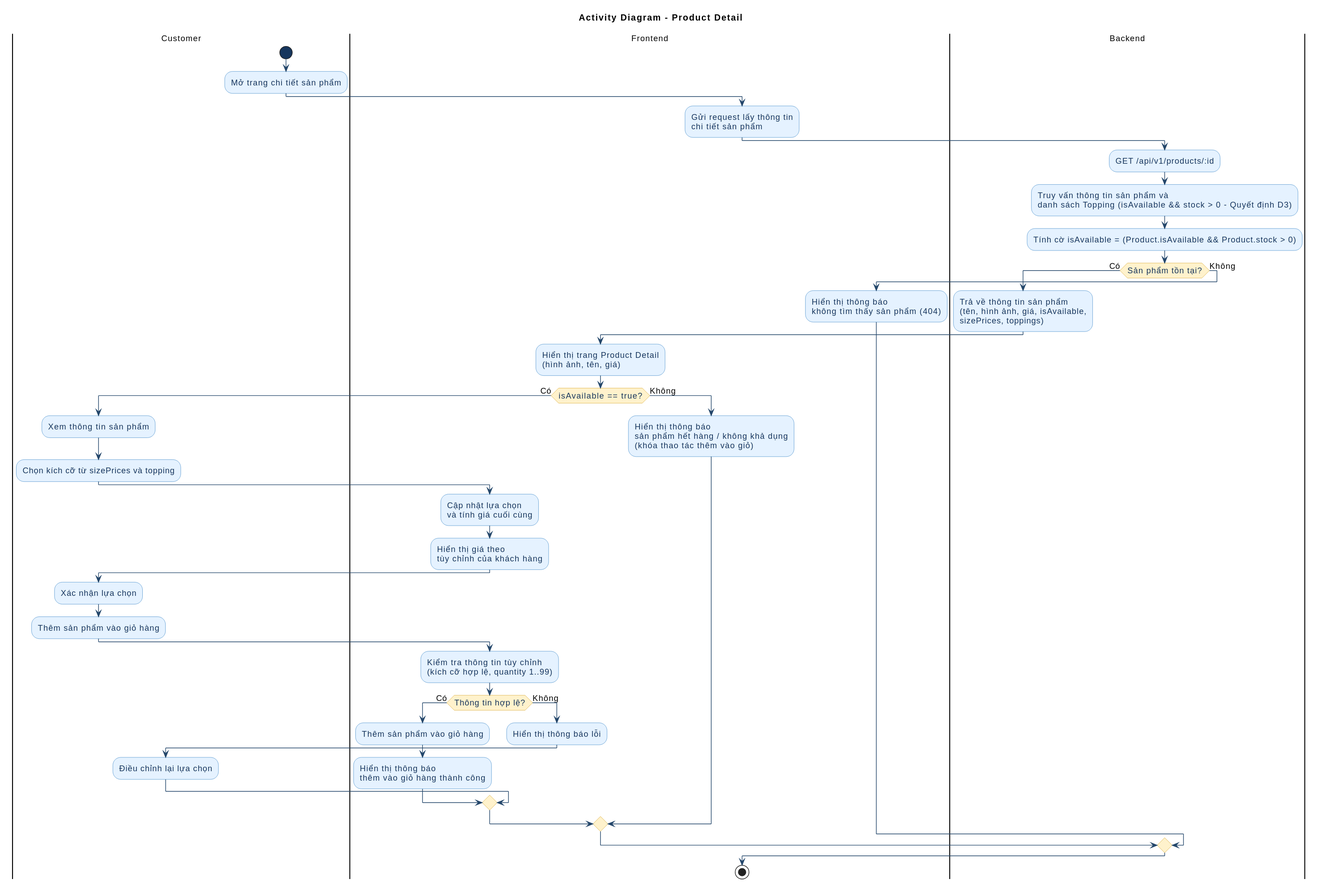
The PlantUML diagram report/figures/activity-product-detail.svg in ChienPM-27/BrewLite_02, before a commit.
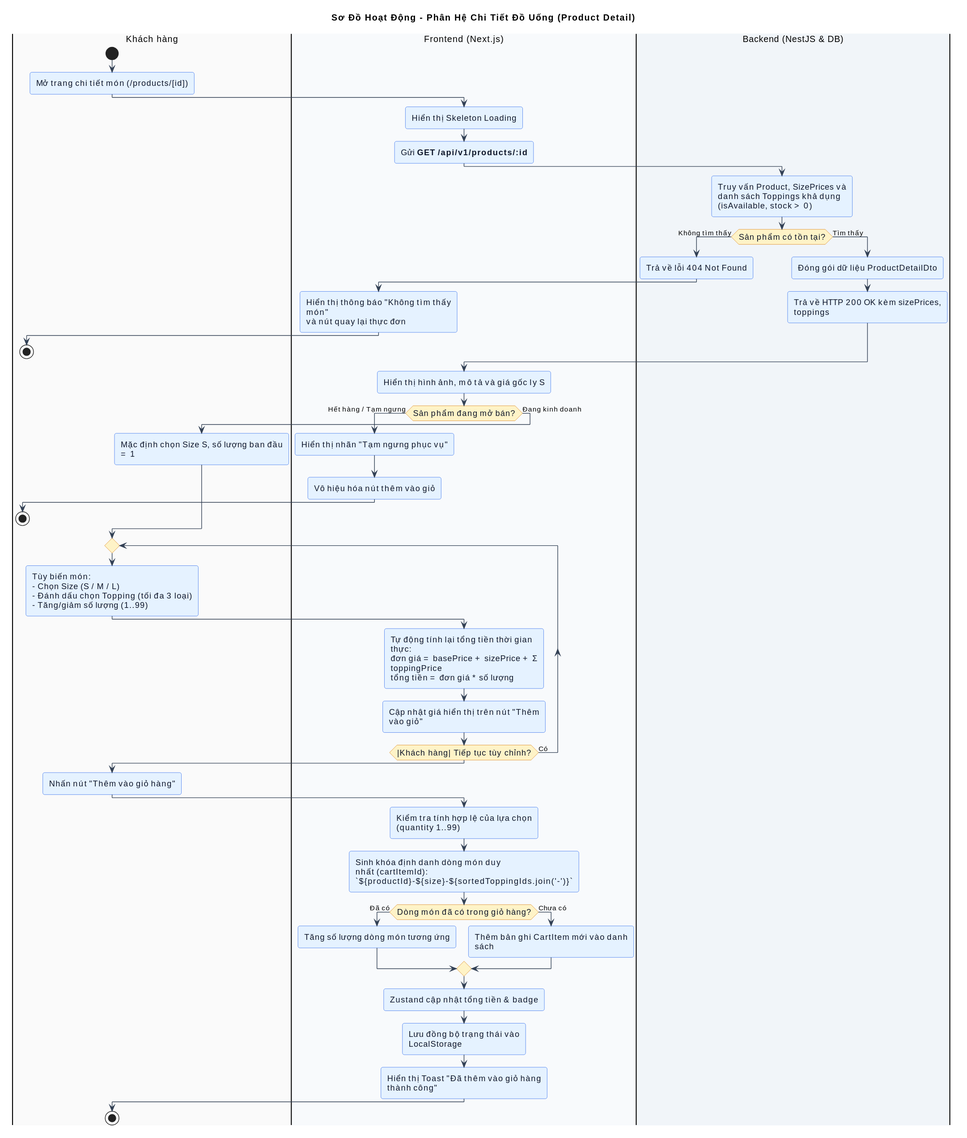
Later version of the same file.

What changed in the source:
```diff
@@ -1,87 +1,92 @@
 @startuml
-title Activity Diagram - Product Detail
+title Sơ Đồ Hoạt Động - Phân Hệ Chi Tiết Đồ Uống (Product Detail)
 
-skinparam backgroundColor white
+skinparam defaultFontName Arial
 skinparam shadowing false
-skinparam defaultFontName Arial
-skinparam defaultFontSize 13
-skinparam ArrowColor #24476B
+skinparam roundcorner 6
+
+skinparam nodesep 12
+skinparam ranksep 14
+skinparam defaultFontSize 14
+skinparam activityFontSize 13
+skinparam arrowFontSize 11
+skinparam activityPadding 8
+skinparam wrapWidth 260
 
 skinparam activity {
     BackgroundColor #E5F2FF
-    BorderColor #3984C6
-    FontColor #17365D
-    DiamondBackgroundColor #FFF2CC
-    DiamondBorderColor #D6A323
-    StartColor #17365D
-    EndColor #17365D
-    BarColor #3984C6
+    BorderColor #2563EB
+    FontColor #0F172A
+    DiamondBackgroundColor #FEF3C7
+    DiamondBorderColor #D97706
+    DiamondFontColor #0F172A
 }
+skinparam ArrowColor #334155
 
-|Customer|
+|#FAFAFA|Khách hàng|
+|#F8FAFC|Frontend (Next.js)|
+|#F1F5F9|Backend (NestJS & DB)|
+
+|Khách hàng|
 start
-:Mở trang chi tiết sản phẩm;
+:Mở trang chi tiết món (/products/[id]);
 
-|Frontend|
-:Gửi request lấy thông tin
-chi tiết sản phẩm;
+|Frontend (Next.js)|
+:Hiển thị Skeleton Loading;
+:Gửi **GET /api/v1/products/:id**;
 
-|Backend|
-:GET /api/v1/products/:id;
-:Truy vấn thông tin sản phẩm và
-danh sách Topping (isAvailable && stock > 0 - Quyết định D3);
-:Tính cờ isAvailable = (Product.isAvailable && Product.stock > 0);
+|Backend (NestJS & DB)|
+:Truy vấn Product, SizePrices và\ndanh sách Toppings khả dụng (isAvailable, stock > 0);
 
-if (Sản phẩm tồn tại?) then (Có)
-    :Trả về thông tin sản phẩm
-    (tên, hình ảnh, giá, isAvailable,
-    sizePrices, toppings);
-
-    |Frontend|
-    :Hiển thị trang Product Detail
-    (hình ảnh, tên, giá);
-
-    if (isAvailable == true?) then (Có)
-        |Customer|
-        :Xem thông tin sản phẩm;
-        :Chọn kích cỡ từ sizePrices và topping;
-
-        |Frontend|
-        :Cập nhật lựa chọn
-        và tính giá cuối cùng;
-        :Hiển thị giá theo
-        tùy chỉnh của khách hàng;
-
-        |Customer|
-        :Xác nhận lựa chọn;
-        :Thêm sản phẩm vào giỏ hàng;
-
-        |Frontend|
-        :Kiểm tra thông tin tùy chỉnh
-        (kích cỡ hợp lệ, quantity 1..99);
-
-        if (Thông tin hợp lệ?) then (Có)
-            :Thêm sản phẩm vào giỏ hàng;
-            :Hiển thị thông báo
-            thêm vào giỏ hàng thành công;
-        else (Không)
-            :Hiển thị thông báo lỗi;
-            |Customer|
-            :Điều chỉnh lại lựa chọn;
-        endif
-
-    else (Không)
-        |Frontend|
-        :Hiển thị thông báo
-        sản phẩm hết hàng / không khả dụng
-        (khóa thao tác thêm vào giỏ);
-    endif
-
-else (Không)
-    |Frontend|
-    :Hiển thị thông báo
-    không tìm thấy sản phẩm (404);
+if (Sản phẩm có tồn tại?) then (Không tìm thấy)
+    :Trả về lỗi 404 Not Found;
+    |Frontend (Next.js)|
+    :Hiển thị thông báo "Không tìm thấy món"\nvà nút quay lại thực đơn;
+    |Khách hàng|
+    stop
+else (Tìm thấy)
+    |Backend (NestJS & DB)|
+    :Đóng gói dữ liệu ProductDetailDto;
+    :Trả về HTTP 200 OK kèm sizePrices, toppings;
 endif
 
+|Frontend (Next.js)|
+:Hiển thị hình ảnh, mô tả và giá gốc ly S;
+
+if (Sản phẩm đang mở bán?) then (Hết hàng / Tạm ngưng)
+    :Hiển thị nhãn "Tạm ngưng phục vụ";
+    :Vô hiệu hóa nút thêm vào giỏ;
+    |Khách hàng|
+    stop
+else (Đang kinh doanh)
+    :Mặc định chọn Size S, số lượng ban đầu = 1;
+endif
+
+|Khách hàng|
+repeat
+    :Tùy biến món:\n- Chọn Size (S / M / L)\n- Đánh dấu chọn Topping (tối đa 3 loại)\n- Tăng/giảm số lượng (1..99);
+    |Frontend (Next.js)|
+    :Tự động tính lại tổng tiền thời gian thực:\nđơn giá = basePrice + sizePrice + Σ toppingPrice\ntổng tiền = đơn giá * số lượng;
+    :Cập nhật giá hiển thị trên nút "Thêm vào giỏ";
+repeat while (|Khách hàng| Tiếp tục tùy chỉnh?) is (Có)
+
+|Khách hàng|
+:Nhấn nút "Thêm vào giỏ hàng";
+
+|Frontend (Next.js)|
+:Kiểm tra tính hợp lệ của lựa chọn (quantity 1..99);
+:Sinh khóa định danh dòng món duy nhất (cartItemId):\n`${productId}-${size}-${sortedToppingIds.join('-')}`;
+
+if (Dòng món đã có trong giỏ hàng?) then (Đã có)
+    :Tăng số lượng dòng món tương ứng;
+else (Chưa có)
+    :Thêm bản ghi CartItem mới vào danh sách;
+endif
+
+:Zustand cập nhật tổng tiền & badge;
+:Lưu đồng bộ trạng thái vào LocalStorage;
+:Hiển thị Toast "Đã thêm vào giỏ hàng thành công";
+
+|Khách hàng|
 stop
 @enduml
```
